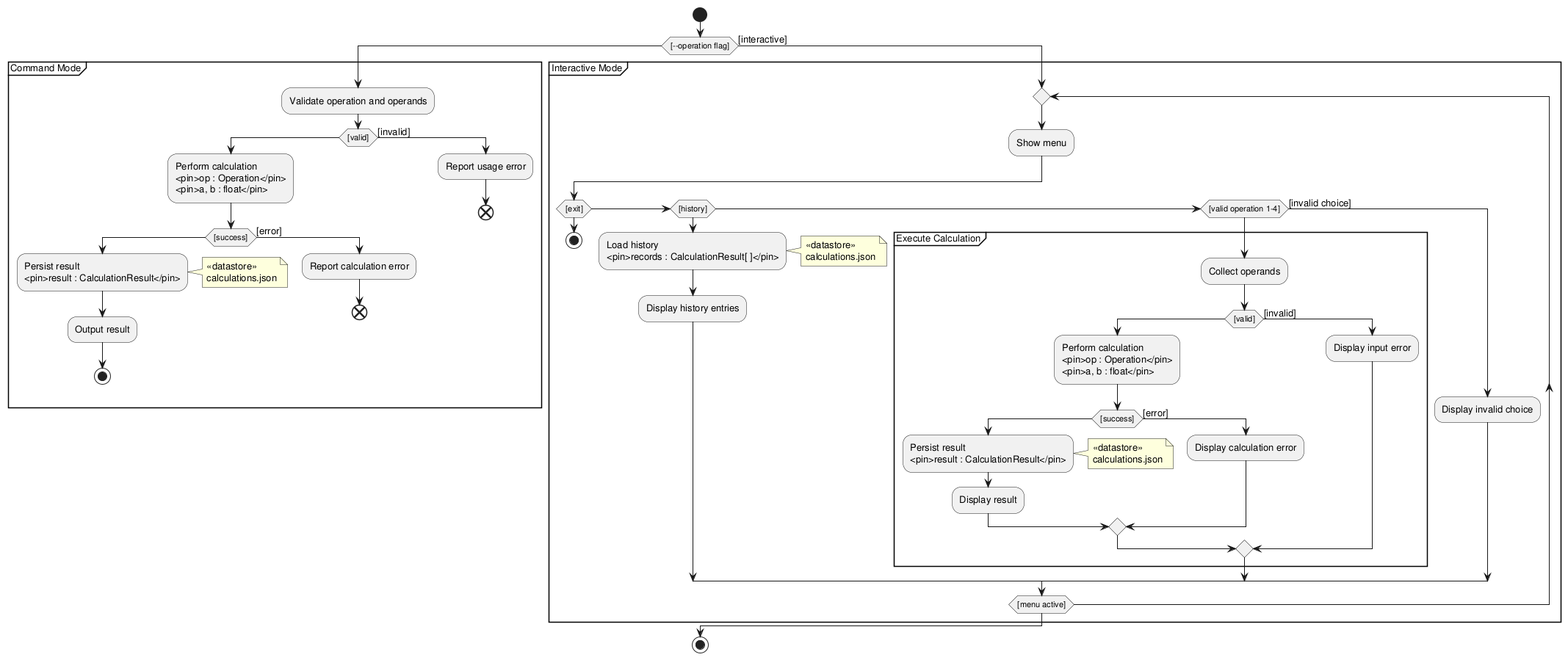
Before: baseline/calculator/artifacts/activity_diagram.png, a diagram exported from PlantUML (DanielRiha8906/Software_autoevolution_using_agents). Source of this version:
```plantuml
@startuml activity_diagram

<style>
activityDiagram {
  FontSize 13
  ArrowFontSize 12
  diamond {
    FontSize 11
  }
}
</style>

start

if ([--operation flag]) then

  partition "Command Mode" {

    :Validate operation and operands;

    if ([valid]) then

      :Perform calculation
      <pin>op : Operation</pin>
      <pin>a, b : float</pin>;

      if ([success]) then
        :Persist result
        <pin>result : CalculationResult</pin>;
        note right
          <<datastore>>
          calculations.json
        end note
        :Output result;
        stop

      else ([error])
        :Report calculation error;
        end
      endif

    else ([invalid])
      :Report usage error;
      end
    endif

  }

else ([interactive])

  partition "Interactive Mode" {

    repeat

      :Show menu;

      if ([exit]) then
        stop

      elseif ([history]) then
        :Load history
        <pin>records : CalculationResult[ ]</pin>;
        note right
          <<datastore>>
          calculations.json
        end note
        :Display history entries;

      elseif ([valid operation 1-4]) then

        partition "Execute Calculation" {

          :Collect operands;

          if ([valid]) then

            :Perform calculation
            <pin>op : Operation</pin>
            <pin>a, b : float</pin>;

            if ([success]) then
              :Persist result
              <pin>result : CalculationResult</pin>;
              note right
                <<datastore>>
                calculations.json
              end note
              :Display result;

            else ([error])
              :Display calculation error;
            endif

          else ([invalid])
            :Display input error;
          endif

        }

      else ([invalid choice])
        :Display invalid choice;
      endif

    repeat while ([menu active])

  }

endif

stop
@enduml
```
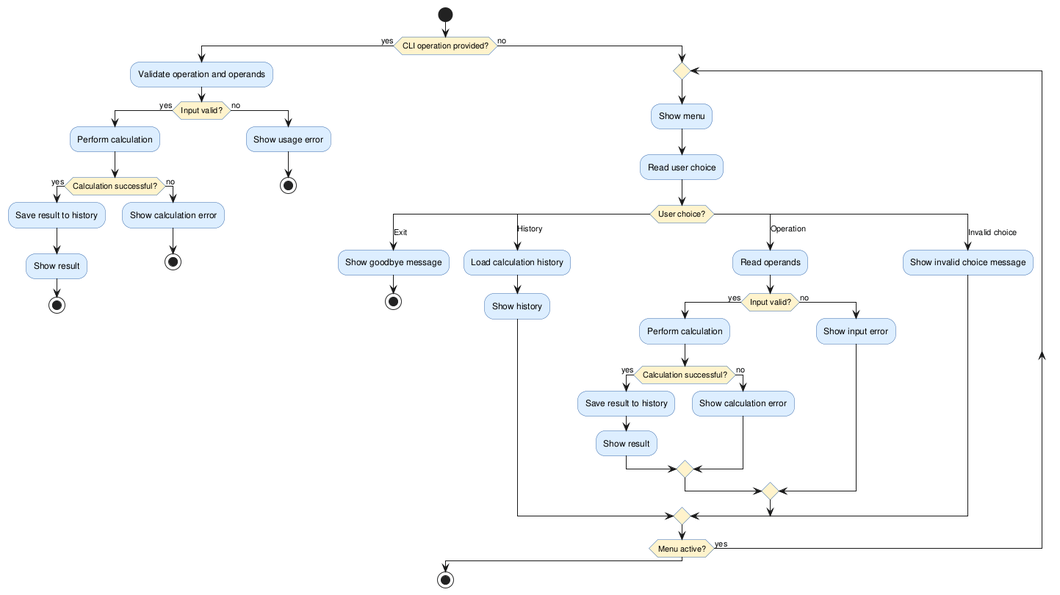
The same diagram one commit later.

Change to the diagram source:
```diff
@@ -1,111 +1,74 @@
 @startuml activity_diagram
 
-<style>
-activityDiagram {
-  FontSize 13
-  ArrowFontSize 12
-  diamond {
-    FontSize 11
-  }
-}
-</style>
+skinparam activityBackgroundColor #DDEEFF
+skinparam activityBorderColor #3366AA
+skinparam activityDiamondBackgroundColor #FFF3CC
 
 start
 
-if ([--operation flag]) then
+if (CLI operation provided?) then (yes)
 
-  partition "Command Mode" {
+  :Validate operation and operands;
 
-    :Validate operation and operands;
+  if (Input valid?) then (yes)
+    :Perform calculation;
 
-    if ([valid]) then
+    if (Calculation successful?) then (yes)
+      :Save result to history;
+      :Show result;
+      stop
+    else (no)
+      :Show calculation error;
+      stop
+    endif
 
-      :Perform calculation
-      <pin>op : Operation</pin>
-      <pin>a, b : float</pin>;
+  else (no)
+    :Show usage error;
+    stop
+  endif
 
-      if ([success]) then
-        :Persist result
-        <pin>result : CalculationResult</pin>;
-        note right
-          <<datastore>>
-          calculations.json
-        end note
-        :Output result;
+else (no)
+
+  repeat
+    :Show menu;
+    :Read user choice;
+
+    switch (User choice?)
+
+      case (Exit)
+        :Show goodbye message;
         stop
 
-      else ([error])
-        :Report calculation error;
-        end
-      endif
+      case (History)
+        :Load calculation history;
+        :Show history;
 
-    else ([invalid])
-      :Report usage error;
-      end
-    endif
+      case (Operation)
+        :Read operands;
 
-  }
+        if (Input valid?) then (yes)
+          :Perform calculation;
 
-else ([interactive])
-
-  partition "Interactive Mode" {
-
-    repeat
-
-      :Show menu;
-
-      if ([exit]) then
-        stop
-
-      elseif ([history]) then
-        :Load history
-        <pin>records : CalculationResult[ ]</pin>;
-        note right
-          <<datastore>>
-          calculations.json
-        end note
-        :Display history entries;
-
-      elseif ([valid operation 1-4]) then
-
-        partition "Execute Calculation" {
-
-          :Collect operands;
-
-          if ([valid]) then
-
-            :Perform calculation
-            <pin>op : Operation</pin>
-            <pin>a, b : float</pin>;
-
-            if ([success]) then
-              :Persist result
-              <pin>result : CalculationResult</pin>;
-              note right
-                <<datastore>>
-                calculations.json
-              end note
-              :Display result;
-
-            else ([error])
-              :Display calculation error;
-            endif
-
-          else ([invalid])
-            :Display input error;
+          if (Calculation successful?) then (yes)
+            :Save result to history;
+            :Show result;
+          else (no)
+            :Show calculation error;
           endif
 
-        }
+        else (no)
+          :Show input error;
+        endif
 
-      else ([invalid choice])
-        :Display invalid choice;
-      endif
+      case (Invalid choice)
+        :Show invalid choice message;
 
-    repeat while ([menu active])
+    endswitch
 
-  }
+  repeat while (Menu active?) is (yes)
 
 endif
 
 stop
+
 @enduml
```
